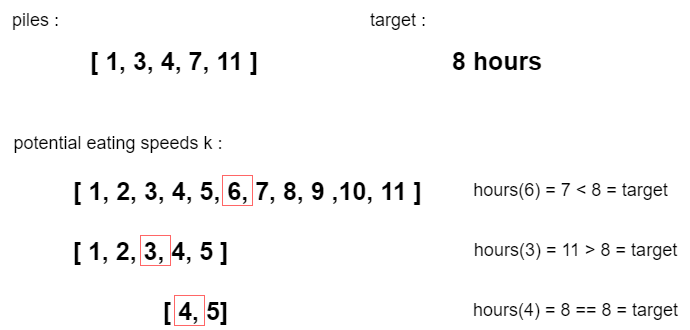
The draw.io diagram Python3/img/KokoBananas.png in ashiven/leetcode-solutions, before a commit. Source tidied: cells renumbered, new cells last; positions are measured from the earlier drawing's top-left corner, leaving out a move shared by most shapes.
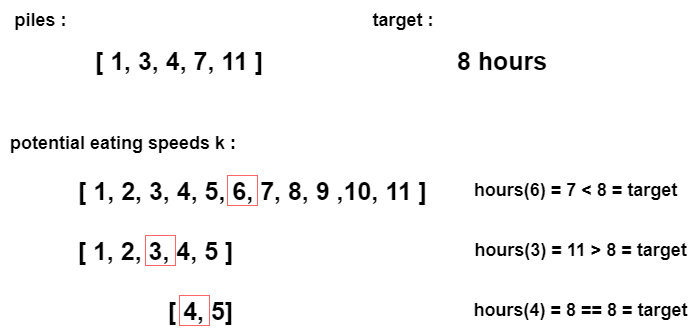
Later version of the same file.

What changed in the source:
```diff
@@ -1,48 +1,48 @@
-<mxGraphModel>
+<mxGraphModel background="#ffffff">
   <root>
     <mxCell id="0" />
     <mxCell id="1" parent="0" />
-    <mxCell id="2" value="&lt;font style=&quot;font-size: 25px;&quot;&gt;&lt;b&gt;&amp;nbsp;[ 1, 3, 4, 7, 11 ]&lt;/b&gt;&lt;/font&gt;" style="text;html=1;align=center;verticalAlign=middle;strokeColor=none;fillColor=none;" parent="1" vertex="1">
+    <mxCell id="2" value="&lt;font style=&quot;font-size: 25px;&quot;&gt;&lt;span&gt;&amp;nbsp;[ 1, 3, 4, 7, 11 ]&lt;/span&gt;&lt;/font&gt;" style="text;html=1;align=center;verticalAlign=middle;strokeColor=none;fillColor=none;fontStyle=1;" parent="1" vertex="1">
       <mxGeometry x="70" y="40" width="200" height="40" as="geometry" />
     </mxCell>
-    <mxCell id="3" value="&lt;font style=&quot;font-size: 18px;&quot;&gt;potential eating speeds k :&amp;nbsp;&lt;/font&gt;" style="text;html=1;align=center;verticalAlign=middle;strokeColor=none;fillColor=none;" parent="1" vertex="1">
-      <mxGeometry y="123" width="240" height="40" as="geometry" />
+    <mxCell id="3" value="&lt;font style=&quot;font-size: 18px;&quot;&gt;potential eating speeds k :&amp;nbsp;&lt;/font&gt;" style="text;html=1;align=center;verticalAlign=middle;strokeColor=none;fillColor=none;fontStyle=1;" parent="1" vertex="1">
+      <mxGeometry x="-5" y="123" width="250" height="40" as="geometry" />
     </mxCell>
-    <mxCell id="4" value="&lt;font style=&quot;font-size: 25px;&quot;&gt;&lt;b&gt;[ 1, 2, 3, 4, 5, 6, 7, 8, 9 ,10, 11 ]&lt;/b&gt;&lt;/font&gt;" style="text;html=1;align=center;verticalAlign=middle;strokeColor=none;fillColor=none;" parent="1" vertex="1">
+    <mxCell id="4" value="&lt;font style=&quot;font-size: 25px;&quot;&gt;&lt;span&gt;[ 1, 2, 3, 4, 5, 6, 7, 8, 9 ,10, 11 ]&lt;/span&gt;&lt;/font&gt;" style="text;html=1;align=center;verticalAlign=middle;strokeColor=none;fillColor=none;fontStyle=1;" parent="1" vertex="1">
       <mxGeometry x="62" y="170" width="370" height="40" as="geometry" />
     </mxCell>
-    <mxCell id="5" value="&lt;font style=&quot;font-size: 18px;&quot;&gt;piles :&lt;/font&gt;" style="text;html=1;align=center;verticalAlign=middle;strokeColor=none;fillColor=none;" parent="1" vertex="1">
-      <mxGeometry width="70" height="40" as="geometry" />
+    <mxCell id="5" value="&lt;font style=&quot;font-size: 18px;&quot;&gt;piles :&lt;/font&gt;" style="text;html=1;align=center;verticalAlign=middle;strokeColor=none;fillColor=none;fontStyle=1;" parent="1" vertex="1">
+      <mxGeometry x="-5" width="80" height="40" as="geometry" />
     </mxCell>
-    <mxCell id="6" style="whiteSpace=wrap;html=1;fillColor=none;strokeColor=#FF6666;" parent="1" vertex="1">
+    <mxCell id="6" style="whiteSpace=wrap;html=1;fillColor=none;strokeColor=#FF6666;fontStyle=1;" parent="1" vertex="1">
       <mxGeometry x="222" y="175" width="30" height="30" as="geometry" />
     </mxCell>
-    <mxCell id="7" value="&lt;font style=&quot;font-size: 18px;&quot;&gt;hours(6) = 7 &amp;lt; 8 = target&lt;/font&gt;" style="text;html=1;align=center;verticalAlign=middle;strokeColor=none;fillColor=none;" parent="1" vertex="1">
-      <mxGeometry x="460" y="170" width="220" height="40" as="geometry" />
+    <mxCell id="7" value="&lt;font style=&quot;font-size: 18px;&quot;&gt;hours(6) = 7 &amp;lt; 8 = target&lt;/font&gt;" style="text;html=1;align=center;verticalAlign=middle;strokeColor=none;fillColor=none;fontStyle=1;" parent="1" vertex="1">
+      <mxGeometry x="455" y="170" width="230" height="40" as="geometry" />
     </mxCell>
-    <mxCell id="8" value="&lt;font style=&quot;font-size: 18px;&quot;&gt;target :&amp;nbsp;&lt;/font&gt;" style="text;html=1;align=center;verticalAlign=middle;strokeColor=none;fillColor=none;" parent="1" vertex="1">
-      <mxGeometry x="360" width="80" height="40" as="geometry" />
+    <mxCell id="8" value="&lt;font style=&quot;font-size: 18px;&quot;&gt;target :&amp;nbsp;&lt;/font&gt;" style="text;html=1;align=center;verticalAlign=middle;strokeColor=none;fillColor=none;fontStyle=1;" parent="1" vertex="1">
+      <mxGeometry x="355" width="90" height="40" as="geometry" />
     </mxCell>
-    <mxCell id="9" value="&lt;font style=&quot;font-size: 25px;&quot;&gt;&lt;b&gt;8 hours&amp;nbsp;&lt;/b&gt;&lt;/font&gt;" style="text;html=1;align=center;verticalAlign=middle;strokeColor=none;fillColor=none;" parent="1" vertex="1">
+    <mxCell id="9" value="&lt;font style=&quot;font-size: 25px;&quot;&gt;&lt;span&gt;8 hours&amp;nbsp;&lt;/span&gt;&lt;/font&gt;" style="text;html=1;align=center;verticalAlign=middle;strokeColor=none;fillColor=none;fontStyle=1;" parent="1" vertex="1">
       <mxGeometry x="440" y="40" width="120" height="40" as="geometry" />
     </mxCell>
-    <mxCell id="10" value="&lt;font style=&quot;font-size: 25px;&quot;&gt;&lt;b&gt;[ 1, 2, 3, 4, 5 ]&lt;/b&gt;&lt;/font&gt;" style="text;html=1;align=center;verticalAlign=middle;strokeColor=none;fillColor=none;" parent="1" vertex="1">
+    <mxCell id="10" value="&lt;font style=&quot;font-size: 25px;&quot;&gt;&lt;span&gt;[ 1, 2, 3, 4, 5 ]&lt;/span&gt;&lt;/font&gt;" style="text;html=1;align=center;verticalAlign=middle;strokeColor=none;fillColor=none;fontStyle=1;" parent="1" vertex="1">
       <mxGeometry x="60" y="230" width="180" height="40" as="geometry" />
     </mxCell>
-    <mxCell id="11" style="whiteSpace=wrap;html=1;fillColor=none;strokeColor=#FF6666;" parent="1" vertex="1">
+    <mxCell id="11" style="whiteSpace=wrap;html=1;fillColor=none;strokeColor=#FF6666;fontStyle=1;" parent="1" vertex="1">
       <mxGeometry x="140" y="235" width="30" height="30" as="geometry" />
     </mxCell>
-    <mxCell id="12" value="&lt;font style=&quot;font-size: 18px;&quot;&gt;hours(3) = 11 &amp;gt; 8 = target&lt;/font&gt;" style="text;html=1;align=center;verticalAlign=middle;strokeColor=none;fillColor=none;" parent="1" vertex="1">
-      <mxGeometry x="460" y="230" width="230" height="40" as="geometry" />
+    <mxCell id="12" value="&lt;font style=&quot;font-size: 18px;&quot;&gt;hours(3) = 11 &amp;gt; 8 = target&lt;/font&gt;" style="text;html=1;align=center;verticalAlign=middle;strokeColor=none;fillColor=none;fontStyle=1;" parent="1" vertex="1">
+      <mxGeometry x="455" y="230" width="240" height="40" as="geometry" />
     </mxCell>
-    <mxCell id="13" value="&lt;font style=&quot;font-size: 25px;&quot;&gt;&lt;b&gt;[ 4, 5]&lt;/b&gt;&lt;/font&gt;" style="text;html=1;align=center;verticalAlign=middle;strokeColor=none;fillColor=none;" parent="1" vertex="1">
+    <mxCell id="13" value="&lt;font style=&quot;font-size: 25px;&quot;&gt;&lt;span&gt;[ 4, 5]&lt;/span&gt;&lt;/font&gt;" style="text;html=1;align=center;verticalAlign=middle;strokeColor=none;fillColor=none;fontStyle=1;" parent="1" vertex="1">
       <mxGeometry x="150" y="290" width="90" height="40" as="geometry" />
     </mxCell>
-    <mxCell id="14" style="whiteSpace=wrap;html=1;fillColor=none;strokeColor=#FF6666;" parent="1" vertex="1">
+    <mxCell id="14" style="whiteSpace=wrap;html=1;fillColor=none;strokeColor=#FF6666;fontStyle=1;" parent="1" vertex="1">
       <mxGeometry x="174" y="295" width="30" height="30" as="geometry" />
     </mxCell>
-    <mxCell id="15" value="&lt;font style=&quot;font-size: 18px;&quot;&gt;hours(4) = 8 == 8 = target&lt;/font&gt;" style="text;html=1;align=center;verticalAlign=middle;strokeColor=none;fillColor=none;" parent="1" vertex="1">
-      <mxGeometry x="460" y="290" width="230" height="40" as="geometry" />
+    <mxCell id="15" value="&lt;font style=&quot;font-size: 18px;&quot;&gt;hours(4) = 8 == 8 = target&lt;/font&gt;" style="text;html=1;align=center;verticalAlign=middle;strokeColor=none;fillColor=none;fontStyle=1;" parent="1" vertex="1">
+      <mxGeometry x="455" y="290" width="240" height="40" as="geometry" />
     </mxCell>
   </root>
 </mxGraphModel>
```
